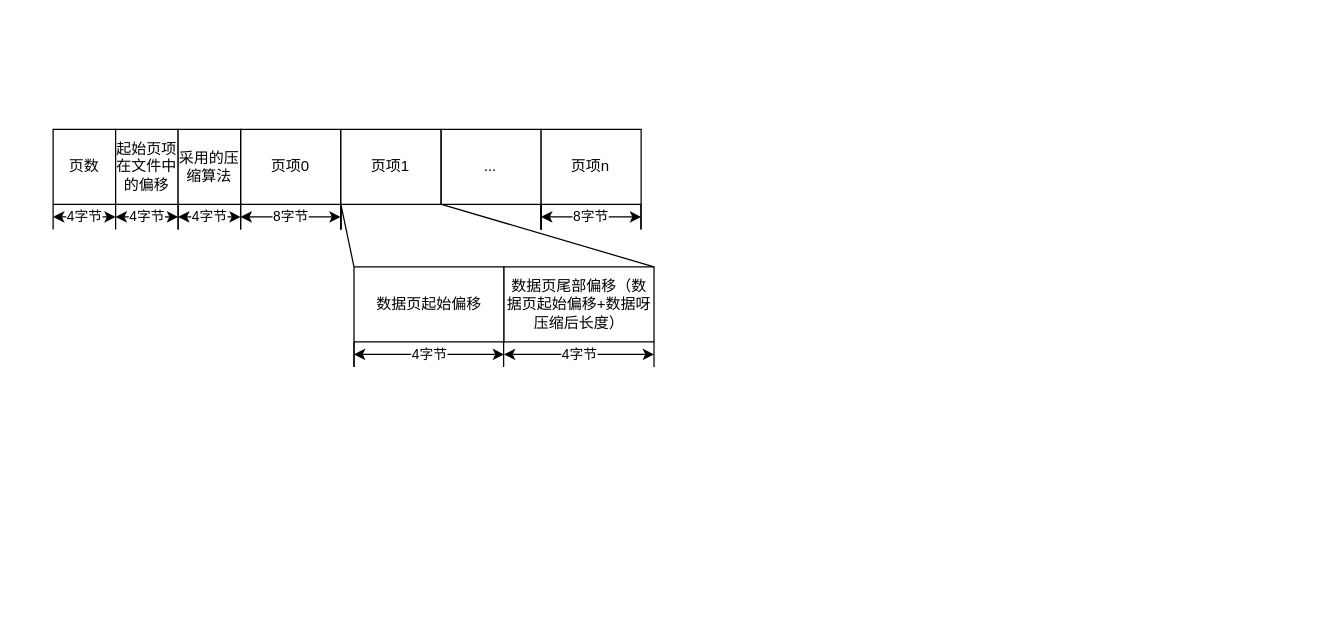
Earlier version of the draw.io diagram header_buf.drawio (gokucai/drawio_repo). Source tidied: cells renumbered, new cells numbered last; positions are measured from the earlier drawing's top-left corner, leaving out a move shared by most shapes. Both pictures are drawn from the tidied source at 125%, with x=0, y=0 at pixel (52, 129).
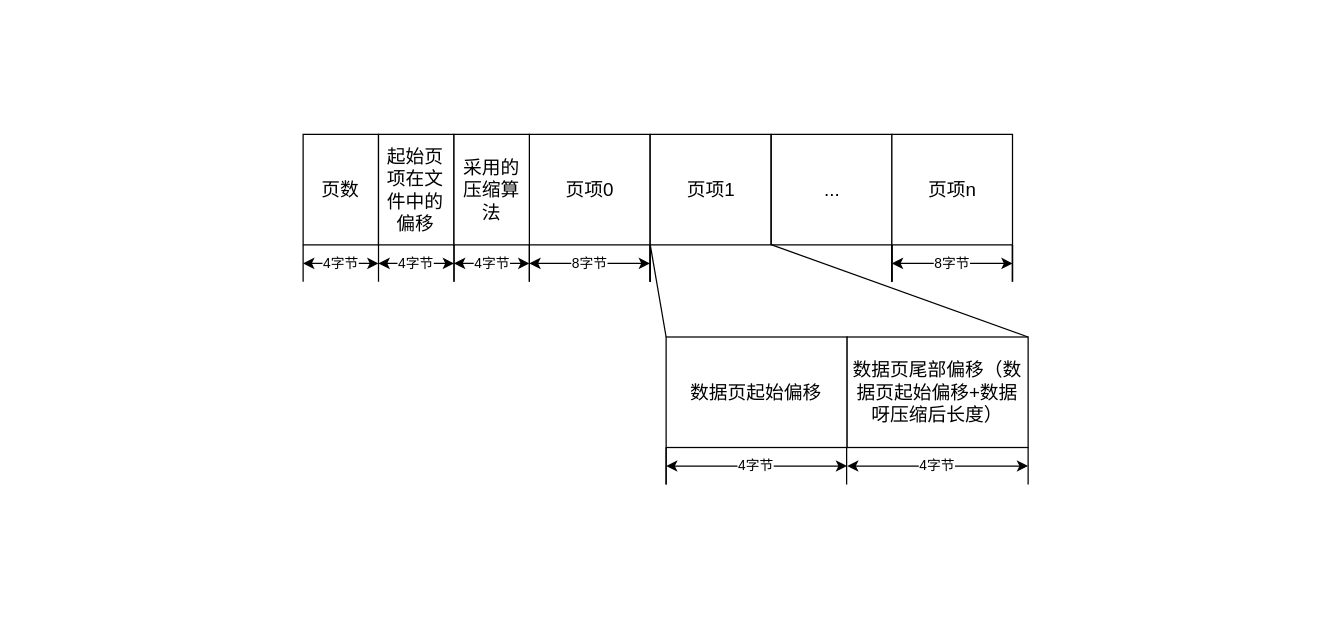
The same page after the edit.

Change to the diagram source:
```diff
@@
+    <mxCell id="40" style="rounded=0;whiteSpace=wrap;html=1;fillColor=none;strokeColor=none;" parent="1" vertex="1">
+      <mxGeometry x="-25" y="-86" width="1030" height="460" as="geometry" />
+    </mxCell>
+    <mxCell id="41" style="group;" parent="1" vertex="1">
+      <mxGeometry x="200" y="4" width="580" height="280" as="geometry" />
+    </mxCell>
-    <mxCell id="2" value="页数" style="rounded=0;whiteSpace=wrap;html=1;" parent="1" vertex="1">
-      <mxGeometry width="50" height="60" as="geometry" />
+    <mxCell id="2" value="&lt;font style=&quot;font-size: 15px;&quot;&gt;页数&lt;/font&gt;" style="rounded=0;whiteSpace=wrap;html=1;" parent="41" vertex="1">
+      <mxGeometry width="60.3" height="88.4" as="geometry" />
     </mxCell>
-    <mxCell id="3" style="endArrow=none;html=1;rounded=0;" parent="1" edge="1">
+    <mxCell id="3" style="endArrow=none;html=1;rounded=0;" parent="41" edge="1">
       <mxGeometry relative="1" as="geometry">
-        <mxPoint y="80" as="sourcePoint" />
-        <mxPoint y="60" as="targetPoint" />
+        <mxPoint y="117.9" as="sourcePoint" />
+        <mxPoint y="88.4" as="targetPoint" />
       </mxGeometry>
     </mxCell>
-    <mxCell id="4" value="4字节" style="endArrow=classic;startArrow=classic;html=1;rounded=0;" parent="1" edge="1">
+    <mxCell id="4" value="4字节" style="endArrow=classic;startArrow=classic;html=1;rounded=0;" parent="41" edge="1">
       <mxGeometry relative="1" as="geometry">
-        <mxPoint y="70" as="sourcePoint" />
-        <mxPoint x="50" y="70" as="targetPoint" />
+        <mxPoint y="103.2" as="sourcePoint" />
+        <mxPoint x="60.3" y="103.2" as="targetPoint" />
       </mxGeometry>
     </mxCell>
-    <mxCell id="5" style="endArrow=none;html=1;rounded=0;" parent="1" edge="1">
+    <mxCell id="5" style="endArrow=none;html=1;rounded=0;" parent="41" edge="1">
       <mxGeometry relative="1" as="geometry">
-        <mxPoint x="150" y="80" as="sourcePoint" />
-        <mxPoint x="150" y="60" as="targetPoint" />
+        <mxPoint x="181" y="117.9" as="sourcePoint" />
+        <mxPoint x="181" y="88.4" as="targetPoint" />
       </mxGeometry>
     </mxCell>
-    <mxCell id="6" value="页项0" style="rounded=0;whiteSpace=wrap;html=1;" parent="1" vertex="1">
-      <mxGeometry x="150" width="80" height="60" as="geometry" />
+    <mxCell id="6" value="&lt;font style=&quot;font-size: 15px;&quot;&gt;页项0&lt;/font&gt;" style="rounded=0;whiteSpace=wrap;html=1;" parent="41" vertex="1">
+      <mxGeometry x="181" width="96.5" height="88.4" as="geometry" />
     </mxCell>
-    <mxCell id="7" style="endArrow=none;html=1;rounded=0;" parent="1" edge="1">
+    <mxCell id="7" style="endArrow=none;html=1;rounded=0;" parent="41" edge="1">
       <mxGeometry relative="1" as="geometry">
-        <mxPoint x="150" y="80" as="sourcePoint" />
-        <mxPoint x="150" y="60" as="targetPoint" />
+        <mxPoint x="181" y="117.9" as="sourcePoint" />
+        <mxPoint x="181" y="88.4" as="targetPoint" />
       </mxGeometry>
     </mxCell>
-    <mxCell id="8" value="8字节" style="endArrow=classic;startArrow=classic;html=1;rounded=0;" parent="1" edge="1">
+    <mxCell id="8" value="8字节" style="endArrow=classic;startArrow=classic;html=1;rounded=0;" parent="41" edge="1">
       <mxGeometry relative="1" as="geometry">
-        <mxPoint x="150" y="70" as="sourcePoint" />
-        <mxPoint x="230" y="70" as="targetPoint" />
+        <mxPoint x="181" y="103.2" as="sourcePoint" />
+        <mxPoint x="277.5" y="103.2" as="targetPoint" />
       </mxGeometry>
     </mxCell>
-    <mxCell id="9" value="..." style="rounded=0;whiteSpace=wrap;html=1;" parent="1" vertex="1">
-      <mxGeometry x="310.4" width="80" height="60" as="geometry" />
+    <mxCell id="9" value="&lt;font style=&quot;font-size: 15px;&quot;&gt;...&lt;/font&gt;" style="rounded=0;whiteSpace=wrap;html=1;" parent="41" vertex="1">
+      <mxGeometry x="374.5" width="96.5" height="88.4" as="geometry" />
     </mxCell>
-    <mxCell id="10" style="endArrow=none;html=1;rounded=0;" parent="1" edge="1">
+    <mxCell id="10" style="endArrow=none;html=1;rounded=0;" parent="41" edge="1">
       <mxGeometry relative="1" as="geometry">
-        <mxPoint x="390.4" y="80" as="sourcePoint" />
-        <mxPoint x="390.4" y="60" as="targetPoint" />
+        <mxPoint x="471" y="117.9" as="sourcePoint" />
+        <mxPoint x="471" y="88.4" as="targetPoint" />
       </mxGeometry>
     </mxCell>
-    <mxCell id="11" style="endArrow=none;html=1;rounded=0;" parent="1" edge="1">
+    <mxCell id="11" style="endArrow=none;html=1;rounded=0;" parent="41" edge="1">
       <mxGeometry relative="1" as="geometry">
-        <mxPoint x="390.2" y="80" as="sourcePoint" />
-        <mxPoint x="390.2" y="60" as="targetPoint" />
+        <mxPoint x="470.8" y="117.9" as="sourcePoint" />
+        <mxPoint x="470.8" y="88.4" as="targetPoint" />
       </mxGeometry>
     </mxCell>
-    <mxCell id="12" style="endArrow=none;html=1;rounded=0;" parent="1" edge="1">
+    <mxCell id="12" style="endArrow=none;html=1;rounded=0;" parent="41" edge="1">
       <mxGeometry relative="1" as="geometry">
-        <mxPoint x="390.4" y="80" as="sourcePoint" />
-        <mxPoint x="390.4" y="60" as="targetPoint" />
+        <mxPoint x="471" y="117.9" as="sourcePoint" />
+        <mxPoint x="471" y="88.4" as="targetPoint" />
       </mxGeometry>
     </mxCell>
-    <mxCell id="13" value="页项n" style="rounded=0;whiteSpace=wrap;html=1;" parent="1" vertex="1">
-      <mxGeometry x="390.4" width="80" height="60" as="geometry" />
+    <mxCell id="13" value="&lt;font style=&quot;font-size: 15px;&quot;&gt;页项n&lt;/font&gt;" style="rounded=0;whiteSpace=wrap;html=1;" parent="41" vertex="1">
+      <mxGeometry x="471" width="96.5" height="88.4" as="geometry" />
     </mxCell>
-    <mxCell id="14" style="endArrow=none;html=1;rounded=0;" parent="1" edge="1">
+    <mxCell id="14" style="endArrow=none;html=1;rounded=0;" parent="41" edge="1">
       <mxGeometry relative="1" as="geometry">
-        <mxPoint x="390.4" y="80" as="sourcePoint" />
-        <mxPoint x="390.4" y="60" as="targetPoint" />
+        <mxPoint x="471" y="117.9" as="sourcePoint" />
+        <mxPoint x="471" y="88.4" as="targetPoint" />
       </mxGeometry>
     </mxCell>
-    <mxCell id="15" style="endArrow=none;html=1;rounded=0;" parent="1" edge="1">
+    <mxCell id="15" style="endArrow=none;html=1;rounded=0;" parent="41" edge="1">
       <mxGeometry relative="1" as="geometry">
-        <mxPoint x="470.4" y="80" as="sourcePoint" />
-        <mxPoint x="470.4" y="60" as="targetPoint" />
+        <mxPoint x="567.6" y="117.9" as="sourcePoint" />
+        <mxPoint x="567.6" y="88.4" as="targetPoint" />
       </mxGeometry>
     </mxCell>
-    <mxCell id="16" value="8字节" style="endArrow=classic;startArrow=classic;html=1;rounded=0;" parent="1" edge="1">
+    <mxCell id="16" value="8字节" style="endArrow=classic;startArrow=classic;html=1;rounded=0;" parent="41" edge="1">
       <mxGeometry relative="1" as="geometry">
-        <mxPoint x="390.4" y="70" as="sourcePoint" />
-        <mxPoint x="470.4" y="70" as="targetPoint" />
+        <mxPoint x="471" y="103.2" as="sourcePoint" />
+        <mxPoint x="567.6" y="103.2" as="targetPoint" />
       </mxGeometry>
     </mxCell>
-    <mxCell id="17" style="endArrow=none;html=1;rounded=0;" parent="1" edge="1">
+    <mxCell id="17" style="endArrow=none;html=1;rounded=0;" parent="41" edge="1">
       <mxGeometry relative="1" as="geometry">
-        <mxPoint x="470.2" y="80" as="sourcePoint" />
-        <mxPoint x="470.2" y="60" as="targetPoint" />
+        <mxPoint x="567.3" y="117.9" as="sourcePoint" />
+        <mxPoint x="567.3" y="88.4" as="targetPoint" />
       </mxGeometry>
     </mxCell>
-    <mxCell id="18" style="endArrow=none;html=1;rounded=0;" parent="1" edge="1">
+    <mxCell id="18" style="endArrow=none;html=1;rounded=0;" parent="41" edge="1">
       <mxGeometry relative="1" as="geometry">
-        <mxPoint x="230.2" y="80" as="sourcePoint" />
-        <mxPoint x="230.2" y="60" as="targetPoint" />
+        <mxPoint x="277.7" y="117.9" as="sourcePoint" />
+        <mxPoint x="277.7" y="88.4" as="targetPoint" />
       </mxGeometry>
     </mxCell>
-    <mxCell id="19" style="endArrow=none;html=1;rounded=0;" parent="1" edge="1">
+    <mxCell id="19" style="endArrow=none;html=1;rounded=0;" parent="41" edge="1">
       <mxGeometry relative="1" as="geometry">
-        <mxPoint x="230" y="80" as="sourcePoint" />
-        <mxPoint x="230" y="60" as="targetPoint" />
+        <mxPoint x="277.5" y="117.9" as="sourcePoint" />
+        <mxPoint x="277.5" y="88.4" as="targetPoint" />
       </mxGeometry>
     </mxCell>
-    <mxCell id="20" style="endArrow=none;html=1;rounded=0;" parent="1" edge="1">
+    <mxCell id="20" style="endArrow=none;html=1;rounded=0;" parent="41" edge="1">
       <mxGeometry relative="1" as="geometry">
-        <mxPoint x="230.2" y="80" as="sourcePoint" />
-        <mxPoint x="230.2" y="60" as="targetPoint" />
+        <mxPoint x="277.7" y="117.9" as="sourcePoint" />
+        <mxPoint x="277.7" y="88.4" as="targetPoint" />
       </mxGeometry>
     </mxCell>
-    <mxCell id="21" value="页项1" style="rounded=0;whiteSpace=wrap;html=1;" parent="1" vertex="1">
-      <mxGeometry x="230.2" width="80" height="60" as="geometry" />
+    <mxCell id="21" value="&lt;font style=&quot;font-size: 15px;&quot;&gt;页项1&lt;/font&gt;" style="rounded=0;whiteSpace=wrap;html=1;" parent="41" vertex="1">
+      <mxGeometry x="277.7" width="96.5" height="88.4" as="geometry" />
     </mxCell>
-    <mxCell id="22" style="endArrow=none;html=1;rounded=0;" parent="1" edge="1">
+    <mxCell id="22" style="endArrow=none;html=1;rounded=0;" parent="41" edge="1">
       <mxGeometry relative="1" as="geometry">
-        <mxPoint x="230.2" y="80" as="sourcePoint" />
-        <mxPoint x="230.2" y="60" as="targetPoint" />
+        <mxPoint x="277.7" y="117.9" as="sourcePoint" />
+        <mxPoint x="277.7" y="88.4" as="targetPoint" />
       </mxGeometry>
     </mxCell>
-    <mxCell id="23" style="endArrow=none;html=1;rounded=0;entryX=0;entryY=1;entryDx=0;entryDy=0;exitX=0;exitY=0;exitDx=0;exitDy=0;" parent="1" edge="1" source="24" target="21">
+    <mxCell id="23" style="endArrow=none;html=1;rounded=0;entryX=0;entryY=1;entryDx=0;entryDy=0;exitX=0;exitY=0;exitDx=0;exitDy=0;" parent="41" edge="1" source="24" target="21">
       <mxGeometry relative="1" as="geometry" />
     </mxCell>
-    <mxCell id="24" value="数据页起始偏移" style="rounded=0;whiteSpace=wrap;html=1;" parent="1" vertex="1">
-      <mxGeometry x="240.7" y="110" width="120" height="60" as="geometry" />
+    <mxCell id="24" value="&lt;font style=&quot;font-size: 15px;&quot;&gt;数据页起始偏移&lt;/font&gt;" style="rounded=0;whiteSpace=wrap;html=1;" parent="41" vertex="1">
+      <mxGeometry x="290.4" y="162.1" width="144.8" height="88.4" as="geometry" />
     </mxCell>
-    <mxCell id="25" value="数据页尾部偏移（数据页起始偏移+数据呀压缩后长度）" style="rounded=0;whiteSpace=wrap;html=1;" parent="1" vertex="1">
-      <mxGeometry x="360.7" y="110" width="120" height="60" as="geometry" />
+    <mxCell id="25" value="&lt;font style=&quot;font-size: 15px;&quot;&gt;数据页尾部偏移（数据页起始偏移+数据呀压缩后长度）&lt;/font&gt;" style="rounded=0;whiteSpace=wrap;html=1;" parent="41" vertex="1">
+      <mxGeometry x="435.2" y="162.1" width="144.8" height="88.4" as="geometry" />
     </mxCell>
-    <mxCell id="26" value="起始页项在文件中的偏移" style="rounded=0;whiteSpace=wrap;html=1;" parent="1" vertex="1">
-      <mxGeometry x="50" width="50" height="60" as="geometry" />
+    <mxCell id="26" value="&lt;font style=&quot;font-size: 15px;&quot;&gt;起始页项在文件中的偏移&lt;/font&gt;" style="rounded=0;whiteSpace=wrap;html=1;" parent="41" vertex="1">
+      <mxGeometry x="60.3" width="60.3" height="88.4" as="geometry" />
     </mxCell>
-    <mxCell id="27" style="endArrow=none;html=1;rounded=0;" parent="1" edge="1">
+    <mxCell id="27" style="endArrow=none;html=1;rounded=0;" parent="41" edge="1">
       <mxGeometry relative="1" as="geometry">
-        <mxPoint x="50" y="80" as="sourcePoint" />
-        <mxPoint x="50" y="60" as="targetPoint" />
+        <mxPoint x="60.3" y="117.9" as="sourcePoint" />
+        <mxPoint x="60.3" y="88.4" as="targetPoint" />
       </mxGeometry>
     </mxCell>
-    <mxCell id="28" value="4字节" style="endArrow=classic;startArrow=classic;html=1;rounded=0;" parent="1" edge="1">
+    <mxCell id="28" value="4字节" style="endArrow=classic;startArrow=classic;html=1;rounded=0;" parent="41" edge="1">
       <mxGeometry relative="1" as="geometry">
-        <mxPoint x="50" y="70" as="sourcePoint" />
-        <mxPoint x="100" y="70" as="targetPoint" />
+        <mxPoint x="60.3" y="103.2" as="sourcePoint" />
+        <mxPoint x="120.7" y="103.2" as="targetPoint" />
       </mxGeometry>
     </mxCell>
-    <mxCell id="29" style="endArrow=none;html=1;rounded=0;" parent="1" edge="1">
+    <mxCell id="29" style="endArrow=none;html=1;rounded=0;" parent="41" edge="1">
       <mxGeometry relative="1" as="geometry">
-        <mxPoint x="100" y="80" as="sourcePoint" />
-        <mxPoint x="100" y="60" as="targetPoint" />
+        <mxPoint x="120.7" y="117.9" as="sourcePoint" />
+        <mxPoint x="120.7" y="88.4" as="targetPoint" />
       </mxGeometry>
     </mxCell>
-    <mxCell id="30" value="采用的压缩算法" style="rounded=0;whiteSpace=wrap;html=1;" parent="1" vertex="1">
-      <mxGeometry x="100" width="50" height="60" as="geometry" />
+    <mxCell id="30" value="&lt;font style=&quot;font-size: 15px;&quot;&gt;采用的压缩算法&lt;/font&gt;" style="rounded=0;whiteSpace=wrap;html=1;" parent="41" vertex="1">
+      <mxGeometry x="120.7" width="60.3" height="88.4" as="geometry" />
     </mxCell>
-    <mxCell id="31" style="endArrow=none;html=1;rounded=0;" parent="1" edge="1">
+    <mxCell id="31" style="endArrow=none;html=1;rounded=0;" parent="41" edge="1">
       <mxGeometry relative="1" as="geometry">
-        <mxPoint x="100" y="80" as="sourcePoint" />
-        <mxPoint x="100" y="60" as="targetPoint" />
+        <mxPoint x="120.7" y="117.9" as="sourcePoint" />
+        <mxPoint x="120.7" y="88.4" as="targetPoint" />
       </mxGeometry>
     </mxCell>
-    <mxCell id="32" value="4字节" style="endArrow=classic;startArrow=classic;html=1;rounded=0;" parent="1" edge="1">
+    <mxCell id="32" value="4字节" style="endArrow=classic;startArrow=classic;html=1;rounded=0;" parent="41" edge="1">
       <mxGeometry relative="1" as="geometry">
-        <mxPoint x="100" y="70" as="sourcePoint" />
-        <mxPoint x="150" y="70" as="targetPoint" />
+        <mxPoint x="120.7" y="103.2" as="sourcePoint" />
+        <mxPoint x="181" y="103.2" as="targetPoint" />
       </mxGeometry>
     </mxCell>
-    <mxCell id="33" style="endArrow=none;html=1;rounded=0;exitX=1;exitY=0;exitDx=0;exitDy=0;" parent="1" edge="1" source="25">
+    <mxCell id="33" style="endArrow=none;html=1;rounded=0;exitX=1;exitY=0;exitDx=0;exitDy=0;" parent="41" edge="1" source="25">
       <mxGeometry relative="1" as="geometry">
-        <mxPoint x="310.7" y="60" as="targetPoint" />
+        <mxPoint x="374.9" y="88.4" as="targetPoint" />
       </mxGeometry>
     </mxCell>
-    <mxCell id="34" style="endArrow=none;html=1;rounded=0;" parent="1" edge="1">
+    <mxCell id="34" style="endArrow=none;html=1;rounded=0;" parent="41" edge="1">
       <mxGeometry relative="1" as="geometry">
-        <mxPoint x="240.7" y="190" as="sourcePoint" />
-        <mxPoint x="240.7" y="170" as="targetPoint" />
+        <mxPoint x="290.4" y="280" as="sourcePoint" />
+        <mxPoint x="290.4" y="250.5" as="targetPoint" />
       </mxGeometry>
     </mxCell>
-    <mxCell id="35" style="endArrow=none;html=1;rounded=0;" parent="1" edge="1">
+    <mxCell id="35" style="endArrow=none;html=1;rounded=0;" parent="41" edge="1">
       <mxGeometry relative="1" as="geometry">
-        <mxPoint x="240.7" y="190" as="sourcePoint" />
-        <mxPoint x="240.7" y="170" as="targetPoint" />
+        <mxPoint x="290.4" y="280" as="sourcePoint" />
+        <mxPoint x="290.4" y="250.5" as="targetPoint" />
       </mxGeometry>
     </mxCell>
-    <mxCell id="36" value="4字节" style="endArrow=classic;startArrow=classic;html=1;rounded=0;" parent="1" edge="1">
+    <mxCell id="36" value="4字节" style="endArrow=classic;startArrow=classic;html=1;rounded=0;" parent="41" edge="1">
       <mxGeometry relative="1" as="geometry">
-        <mxPoint x="240.7" y="180" as="sourcePoint" />
-        <mxPoint x="360.7" y="180" as="targetPoint" />
+        <mxPoint x="290.4" y="265.3" as="sourcePoint" />
+        <mxPoint x="435.2" y="265.3" as="targetPoint" />
       </mxGeometry>
     </mxCell>
-    <mxCell id="37" style="endArrow=none;html=1;rounded=0;" parent="1" edge="1">
+    <mxCell id="37" style="endArrow=none;html=1;rounded=0;" parent="41" edge="1">
       <mxGeometry relative="1" as="geometry">
-        <mxPoint x="480.7" y="190" as="sourcePoint" />
-        <mxPoint x="480.7" y="170" as="targetPoint" />
+        <mxPoint x="580" y="280" as="sourcePoint" />
+        <mxPoint x="580" y="250.5" as="targetPoint" />
       </mxGeometry>
     </mxCell>
-    <mxCell id="38" style="endArrow=none;html=1;rounded=0;" parent="1" edge="1">
+    <mxCell id="38" style="endArrow=none;html=1;rounded=0;" parent="41" edge="1">
       <mxGeometry relative="1" as="geometry">
-        <mxPoint x="360.4" y="190" as="sourcePoint" />
-        <mxPoint x="360.4" y="170" as="targetPoint" />
+        <mxPoint x="434.8" y="280" as="sourcePoint" />
+        <mxPoint x="434.8" y="250.5" as="targetPoint" />
       </mxGeometry>
     </mxCell>
-    <mxCell id="39" value="4字节" style="endArrow=classic;startArrow=classic;html=1;rounded=0;" parent="1" edge="1">
+    <mxCell id="39" value="4字节" style="endArrow=classic;startArrow=classic;html=1;rounded=0;" parent="41" edge="1">
       <mxGeometry relative="1" as="geometry">
-        <mxPoint x="360.7" y="180" as="sourcePoint" />
-        <mxPoint x="480.7" y="180" as="targetPoint" />
+        <mxPoint x="435.2" y="265.3" as="sourcePoint" />
+        <mxPoint x="580" y="265.3" as="targetPoint" />
       </mxGeometry>
     </mxCell>
```
